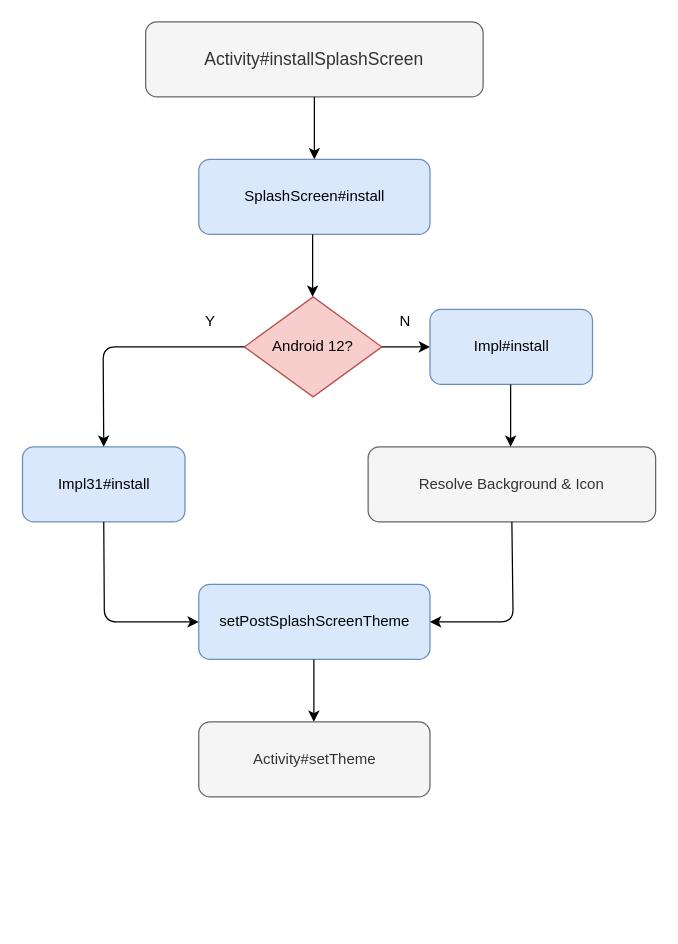
Above: ss-install.drawio in ellisonchan/MineGraph (draw.io), before the change. Source tidied: cells renumbered, new cells numbered last; positions are measured from the earlier drawing's top-left corner, leaving out a move shared by most shapes. Both pictures are drawn from the tidied source at 125%, with x=0, y=0 at pixel (21, 21).
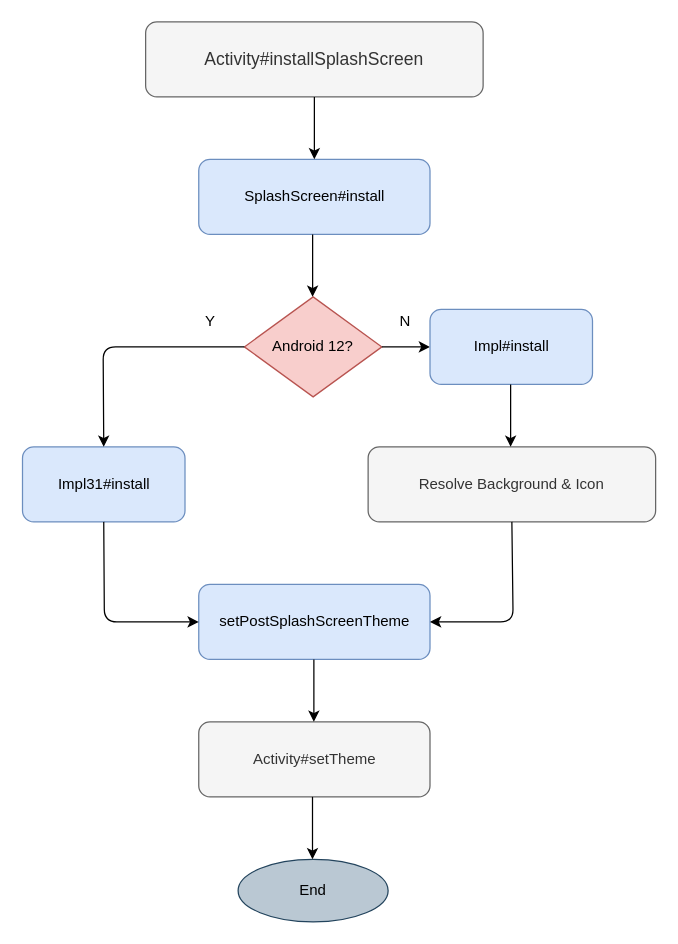
Above is the later version.

Diff of the diagram source:
```diff
@@
+    <mxCell id="20" value="End" style="ellipse;whiteSpace=wrap;html=1;fillColor=#bac8d3;strokeColor=#23445d;" parent="1" vertex="1">
+      <mxGeometry x="173" y="670" width="120" height="50" as="geometry" />
+    </mxCell>
+    <mxCell id="21" style="endArrow=classic;html=1;exitX=0.5;exitY=1;exitDx=0;exitDy=0;" parent="1" edge="1">
+      <mxGeometry relative="1" as="geometry">
+        <mxPoint x="232.5" y="620" as="sourcePoint" />
+        <mxPoint x="232.5" y="670" as="targetPoint" />
+      </mxGeometry>
+    </mxCell>
```
